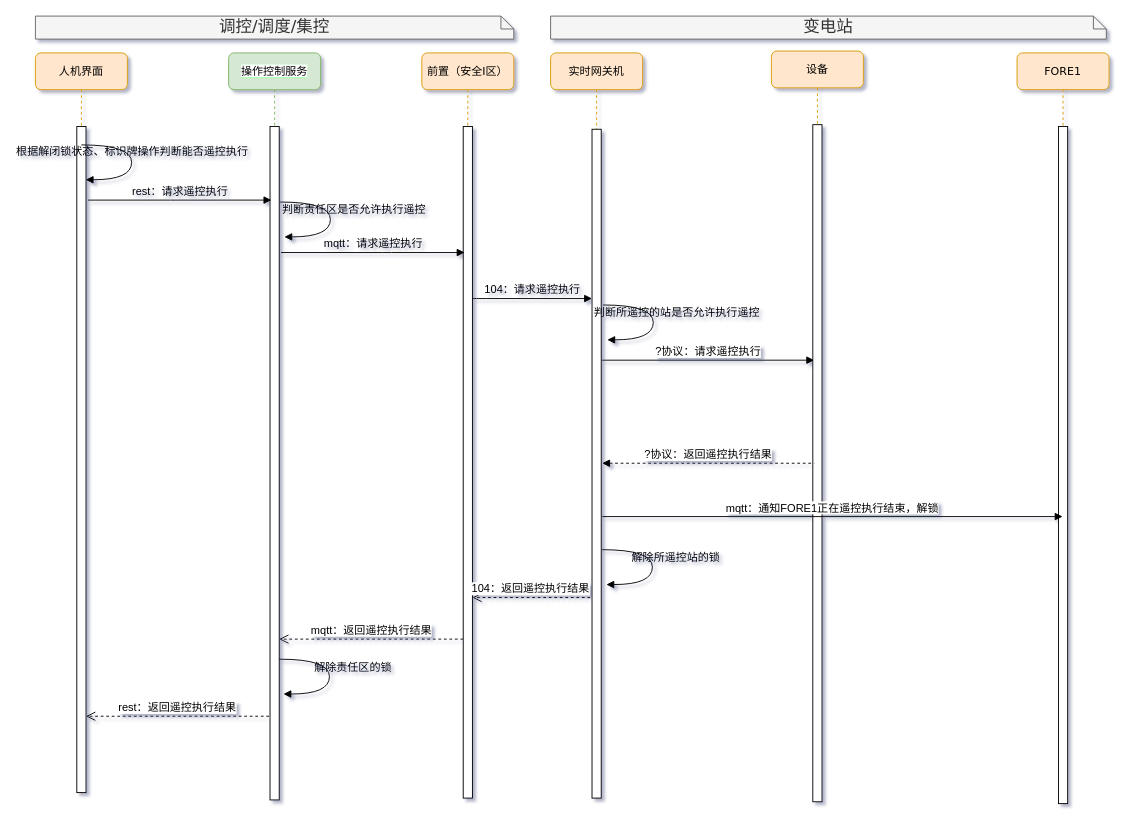
This is page "集控站遥控执行" (3 of 8) of 操作与控制.drawio from qwe995272801/taowenxiang, a draw.io file, before an edit. Source tidied: cells renumbered, new cells numbered last; positions are measured from the earlier drawing's top-left corner, leaving out a move shared by most shapes. Both pictures are drawn from the tidied source at 92%, with x=0, y=0 at pixel (35, 16).
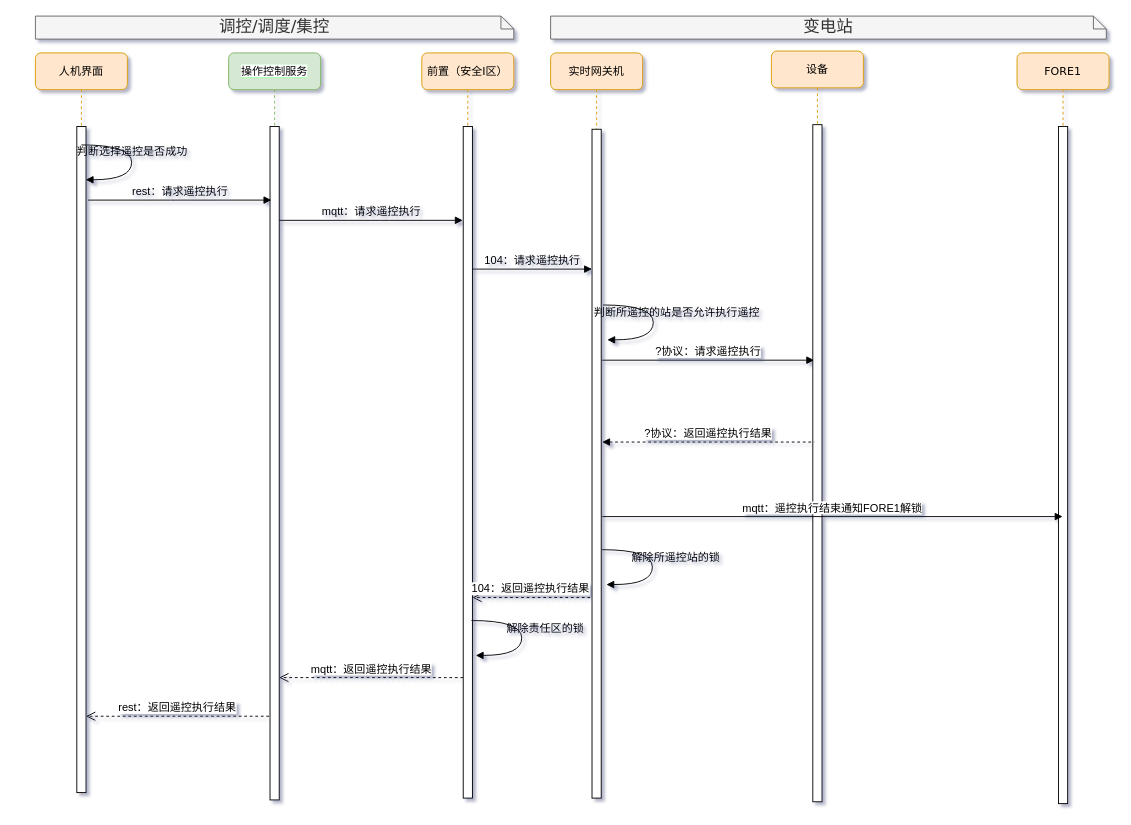
After the change.

The change refers to these unchanged cells:
```xml
<mxCell id="2" value="&lt;span style=&quot;background-color: rgb(255 , 255 , 255)&quot;&gt;操作控制服务&lt;/span&gt;" style="shape=umlLifeline;perimeter=lifelinePerimeter;whiteSpace=wrap;html=1;rounded=1;shadow=0;comic=0;labelBackgroundColor=#99FF99;strokeWidth=1;fontFamily=Verdana;fontSize=12;align=center;fillColor=#d5e8d4;strokeColor=#82b366;" parent="1" vertex="1">
  <mxGeometry x="210" y="40" width="100" height="812" as="geometry" />
</mxCell>
<mxCell id="27" value="FORE1" style="shape=umlLifeline;perimeter=lifelinePerimeter;whiteSpace=wrap;html=1;outlineConnect=0;rounded=1;shadow=0;comic=0;labelBackgroundColor=none;strokeWidth=1;fontFamily=Verdana;fontSize=12;align=center;fillColor=#ffe6cc;strokeColor=#d79b00;" parent="1" vertex="1">
  <mxGeometry x="1067" y="40" width="100" height="816" as="geometry" />
</mxCell>
```

What changed in the source:
```diff
@@
     <mxCell id="4" value="mqtt：返回遥控执行结果" style="html=1;verticalAlign=bottom;endArrow=open;dashed=1;endSize=8;fontFamily=Helvetica;entryX=1;entryY=0.81;entryDx=0;entryDy=0;entryPerimeter=0;fontSize=12;" parent="2" edge="1">
       <mxGeometry relative="1" as="geometry">
-        <mxPoint x="255" y="637.2" as="sourcePoint" />
-        <mxPoint x="55" y="637.2" as="targetPoint" />
+        <mxPoint x="255" y="679" as="sourcePoint" />
+        <mxPoint x="55" y="679" as="targetPoint" />
       </mxGeometry>
     </mxCell>
@@
     <mxCell id="11" value="104：请求遥控执行" style="html=1;verticalAlign=bottom;endArrow=block;labelBackgroundColor=none;fontFamily=Helvetica;fontSize=12;edgeStyle=elbowEdgeStyle;elbow=vertical;" parent="1" edge="1">
       <mxGeometry relative="1" as="geometry">
-        <mxPoint x="475" y="307" as="sourcePoint" />
-        <mxPoint x="605" y="307" as="targetPoint" />
+        <mxPoint x="475" y="275" as="sourcePoint" />
+        <mxPoint x="605" y="275" as="targetPoint" />
         <Array as="points">
-          <mxPoint x="480" y="307" />
+          <mxPoint x="480" y="275" />
         </Array>
       </mxGeometry>
     </mxCell>
@@
     <mxCell id="18" value="mqtt：请求遥控执行" style="html=1;verticalAlign=bottom;endArrow=block;labelBackgroundColor=none;fontFamily=Helvetica;fontSize=12;edgeStyle=elbowEdgeStyle;elbow=vertical;" parent="1" edge="1">
       <mxGeometry relative="1" as="geometry">
-        <mxPoint x="267" y="257" as="sourcePoint" />
-        <mxPoint x="466.5" y="257" as="targetPoint" />
+        <mxPoint x="265" y="222" as="sourcePoint" />
+        <mxPoint x="464.5" y="222" as="targetPoint" />
         <Array as="points">
-          <mxPoint x="377" y="257" />
-          <mxPoint x="217" y="307" />
-          <mxPoint x="207" y="307" />
+          <mxPoint x="375" y="222" />
+          <mxPoint x="215" y="272" />
+          <mxPoint x="205" y="272" />
         </Array>
       </mxGeometry>
     </mxCell>
-    <mxCell id="19" value="根据解闭锁状态、标识牌操作判断能否遥控执行" style="html=1;verticalAlign=bottom;endArrow=block;labelBackgroundColor=none;fontFamily=Verdana;fontSize=12;elbow=vertical;edgeStyle=orthogonalEdgeStyle;curved=1;entryX=1;entryY=0.286;entryPerimeter=0;exitX=1.038;exitY=0.345;exitPerimeter=0;" parent="1" edge="1">
+    <mxCell id="19" value="判断选择遥控是否成功" style="html=1;verticalAlign=bottom;endArrow=block;labelBackgroundColor=none;fontFamily=Verdana;fontSize=12;elbow=vertical;edgeStyle=orthogonalEdgeStyle;curved=1;entryX=1;entryY=0.286;entryPerimeter=0;exitX=1.038;exitY=0.345;exitPerimeter=0;" parent="1" edge="1">
       <mxGeometry relative="1" as="geometry">
         <mxPoint x="50" y="140" as="sourcePoint" />
         <mxPoint x="54.6" y="177.9" as="targetPoint" />
         <Array as="points">
           <mxPoint x="104.6" y="139.9" />
           <mxPoint x="104.6" y="177.9" />
         </Array>
       </mxGeometry>
     </mxCell>
-    <mxCell id="20" value="判断责任区是否允许执行遥控" style="html=1;verticalAlign=bottom;endArrow=block;labelBackgroundColor=none;fontFamily=Verdana;fontSize=12;elbow=vertical;edgeStyle=orthogonalEdgeStyle;curved=1;entryX=1;entryY=0.286;entryPerimeter=0;exitX=1.038;exitY=0.345;exitPerimeter=0;" parent="1" edge="1">
-      <mxGeometry x="0.02" y="25" relative="1" as="geometry">
-        <mxPoint x="266" y="202.1" as="sourcePoint" />
-        <mxPoint x="270.6" y="240" as="targetPoint" />
-        <Array as="points">
-          <mxPoint x="320.6" y="202" />
-          <mxPoint x="320.6" y="240" />
-        </Array>
-      </mxGeometry>
-    </mxCell>
@@
     <mxCell id="24" value="解除责任区的锁" style="html=1;verticalAlign=bottom;endArrow=block;labelBackgroundColor=none;fontFamily=Verdana;fontSize=12;elbow=vertical;edgeStyle=orthogonalEdgeStyle;curved=1;entryX=1;entryY=0.286;entryPerimeter=0;exitX=1.038;exitY=0.345;exitPerimeter=0;" parent="1" edge="1">
       <mxGeometry x="0.02" y="25" relative="1" as="geometry">
-        <mxPoint x="265" y="699" as="sourcePoint" />
-        <mxPoint x="269.6" y="736.9" as="targetPoint" />
+        <mxPoint x="474" y="657" as="sourcePoint" />
+        <mxPoint x="478.6" y="694.9" as="targetPoint" />
         <Array as="points">
-          <mxPoint x="319.6" y="698.9" />
-          <mxPoint x="319.6" y="736.9" />
+          <mxPoint x="528.6" y="656.9" />
+          <mxPoint x="528.6" y="694.9" />
         </Array>
       </mxGeometry>
     </mxCell>
@@
     <mxCell id="26" value="?协议：返回遥控执行结果" style="html=1;verticalAlign=bottom;endArrow=none;fontFamily=Helvetica;fontSize=12;dashed=1;startArrow=block;startFill=1;endFill=0;" parent="1" edge="1">
       <mxGeometry relative="1" as="geometry">
-        <mxPoint x="616" y="486" as="sourcePoint" />
-        <mxPoint x="846.5" y="486" as="targetPoint" />
+        <mxPoint x="616" y="463" as="sourcePoint" />
+        <mxPoint x="846.5" y="463" as="targetPoint" />
       </mxGeometry>
     </mxCell>
@@
-    <mxCell id="29" value="mqtt：通知FORE1正在遥控执行结束，解锁" style="html=1;verticalAlign=bottom;endArrow=block;fontFamily=Helvetica;fontSize=12;" parent="1" edge="1" target="27">
+    <mxCell id="29" value="mqtt：遥控执行结束通知FORE1解锁" style="html=1;verticalAlign=bottom;endArrow=block;fontFamily=Helvetica;fontSize=12;" parent="1" edge="1" target="27">
       <mxGeometry relative="1" as="geometry">
         <mxPoint x="616.2" y="544" as="sourcePoint" />
       </mxGeometry>
     </mxCell>
```
